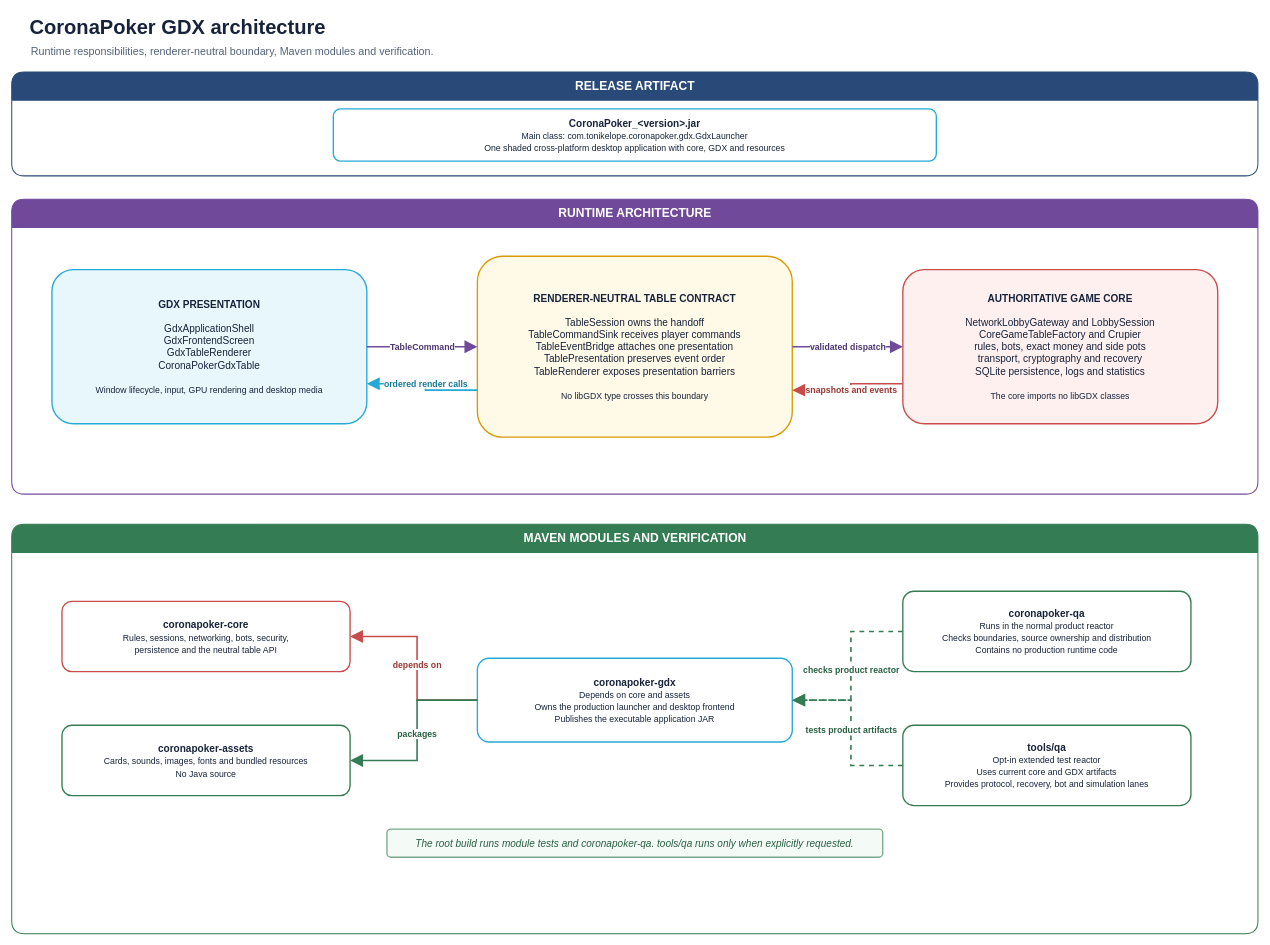
Before: docs/diagrams/coronapoker-module-map.drawio in tonikelope/coronapoker, a draw.io diagram. Source tidied: cells renumbered, new cells numbered last; positions are measured from the earlier drawing's top-left corner, leaving out a move shared by most shapes. Both pictures are drawn from the tidied source at 67%, with x=0, y=0 at pixel (11, 11).
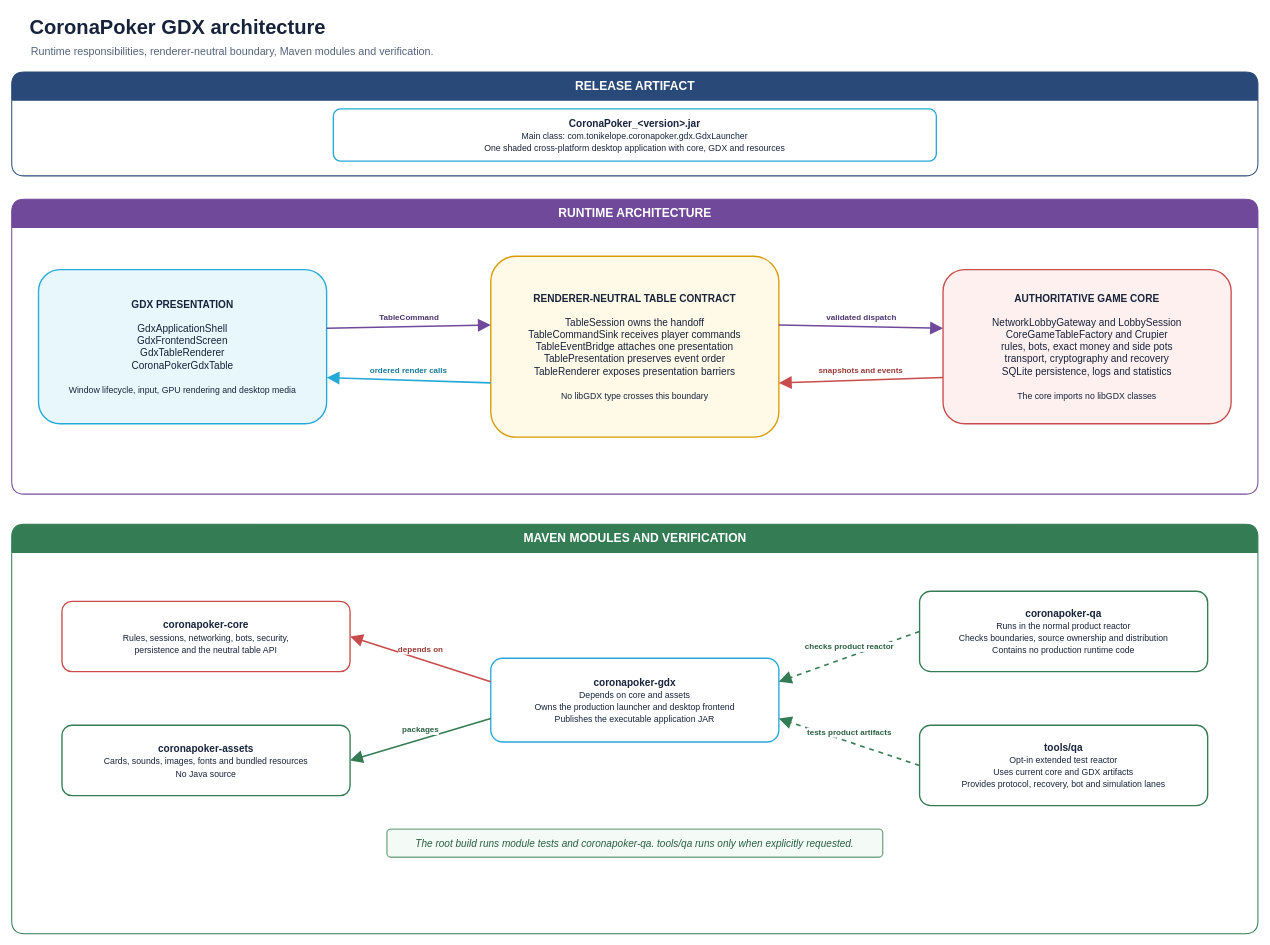
The same diagram, later.

Commit message (it also covers changes not shown here):
Fix architecture diagram layout

The change refers to these unchanged cells:
```xml
<mxCell id="15" value="&lt;b&gt;coronapoker-core&lt;/b&gt;&lt;br&gt;&lt;font size=&quot;2&quot;&gt;Rules, sessions, networking, bots, security,&lt;br&gt;persistence and the neutral table API&lt;/font&gt;" style="rounded=1;arcSize=14;whiteSpace=wrap;html=1;fillColor=#FFFFFF;strokeColor=#C94C4C;strokeWidth=2;fontColor=#17233B;fontSize=15;align=center;verticalAlign=middle;spacing=8;" parent="1" vertex="1">
  <mxGeometry x="75" y="880" width="430" height="105" as="geometry" />
</mxCell>
<mxCell id="16" value="&lt;b&gt;coronapoker-assets&lt;/b&gt;&lt;br&gt;&lt;font size=&quot;2&quot;&gt;Cards, sounds, images, fonts and bundled resources&lt;br&gt;No Java source&lt;/font&gt;" style="rounded=1;arcSize=14;whiteSpace=wrap;html=1;fillColor=#FFFFFF;strokeColor=#347C53;strokeWidth=2;fontColor=#17233B;fontSize=15;align=center;verticalAlign=middle;spacing=8;" parent="1" vertex="1">
  <mxGeometry x="75" y="1065" width="430" height="105" as="geometry" />
</mxCell>
```

Diff of the diagram source:
```diff
@@
     <mxCell id="7" value="&lt;b&gt;GDX PRESENTATION&lt;/b&gt;&lt;br&gt;&lt;br&gt;GdxApplicationShell&lt;br&gt;GdxFrontendScreen&lt;br&gt;GdxTableRenderer&lt;br&gt;CoronaPokerGdxTable&lt;br&gt;&lt;br&gt;&lt;font size=&quot;2&quot;&gt;Window lifecycle, input, GPU rendering and desktop media&lt;/font&gt;" style="rounded=1;arcSize=14;whiteSpace=wrap;html=1;fillColor=#E8F7FC;strokeColor=#25A9D6;strokeWidth=2;fontColor=#17233B;fontSize=15;align=center;verticalAlign=middle;spacing=8;" parent="1" vertex="1">
-      <mxGeometry x="60" y="385" width="470" height="230" as="geometry" />
+      <mxGeometry x="40" y="385" width="430" height="230" as="geometry" />
     </mxCell>
     <mxCell id="8" value="&lt;b&gt;RENDERER-NEUTRAL TABLE CONTRACT&lt;/b&gt;&lt;br&gt;&lt;br&gt;TableSession owns the handoff&lt;br&gt;TableCommandSink receives player commands&lt;br&gt;TableEventBridge attaches one presentation&lt;br&gt;TablePresentation preserves event order&lt;br&gt;TableRenderer exposes presentation barriers&lt;br&gt;&lt;br&gt;&lt;font size=&quot;2&quot;&gt;No libGDX type crosses this boundary&lt;/font&gt;" style="rounded=1;arcSize=14;whiteSpace=wrap;html=1;fillColor=#FFF9E7;strokeColor=#D79B00;strokeWidth=2;fontColor=#17233B;fontSize=15;align=center;verticalAlign=middle;spacing=8;" parent="1" vertex="1">
-      <mxGeometry x="695" y="365" width="470" height="270" as="geometry" />
+      <mxGeometry x="715" y="365" width="430" height="270" as="geometry" />
     </mxCell>
     <mxCell id="9" value="&lt;b&gt;AUTHORITATIVE GAME CORE&lt;/b&gt;&lt;br&gt;&lt;br&gt;NetworkLobbyGateway and LobbySession&lt;br&gt;CoreGameTableFactory and Crupier&lt;br&gt;rules, bots, exact money and side pots&lt;br&gt;transport, cryptography and recovery&lt;br&gt;SQLite persistence, logs and statistics&lt;br&gt;&lt;br&gt;&lt;font size=&quot;2&quot;&gt;The core imports no libGDX classes&lt;/font&gt;" style="rounded=1;arcSize=14;whiteSpace=wrap;html=1;fillColor=#FFF0F0;strokeColor=#C94C4C;strokeWidth=2;fontColor=#17233B;fontSize=15;align=center;verticalAlign=middle;spacing=8;" parent="1" vertex="1">
-      <mxGeometry x="1330" y="385" width="470" height="230" as="geometry" />
+      <mxGeometry x="1390" y="385" width="430" height="230" as="geometry" />
     </mxCell>
-    <mxCell id="10" value="TableCommand" style="edgeStyle=orthogonalEdgeStyle;rounded=0;jettySize=auto;html=1;endArrow=block;endFill=1;endSize=13;strokeColor=#70499B;strokeWidth=2.4;fontColor=#4E3670;fontSize=13;fontStyle=1;labelBackgroundColor=#FFFFFF;" parent="1" edge="1" source="7" target="8">
-      <mxGeometry relative="1" as="geometry" />
+    <mxCell id="10" value="TableCommand" style="edgeStyle=none;rounded=0;html=1;endArrow=block;endFill=1;endSize=13;strokeColor=#70499B;strokeWidth=2.4;fontColor=#4E3670;fontSize=12;fontStyle=1;labelBackgroundColor=#FFFFFF;exitX=1;exitY=0.38;entryX=0;entryY=0.38;" parent="1" edge="1" source="7" target="8">
+      <mxGeometry relative="1" as="geometry">
+        <mxPoint y="-14" as="offset" />
+      </mxGeometry>
     </mxCell>
-    <mxCell id="11" value="validated dispatch" style="edgeStyle=orthogonalEdgeStyle;rounded=0;jettySize=auto;html=1;endArrow=block;endFill=1;endSize=13;strokeColor=#70499B;strokeWidth=2.4;fontColor=#4E3670;fontSize=13;fontStyle=1;labelBackgroundColor=#FFFFFF;" parent="1" edge="1" source="8" target="9">
-      <mxGeometry relative="1" as="geometry" />
+    <mxCell id="11" value="validated dispatch" style="edgeStyle=none;rounded=0;html=1;endArrow=block;endFill=1;endSize=13;strokeColor=#70499B;strokeWidth=2.4;fontColor=#4E3670;fontSize=12;fontStyle=1;labelBackgroundColor=#FFFFFF;exitX=1;exitY=0.38;entryX=0;entryY=0.38;" parent="1" edge="1" source="8" target="9">
+      <mxGeometry relative="1" as="geometry">
+        <mxPoint y="-14" as="offset" />
+      </mxGeometry>
     </mxCell>
-    <mxCell id="12" value="snapshots and events" style="edgeStyle=orthogonalEdgeStyle;rounded=0;jettySize=auto;html=1;endArrow=block;endFill=1;endSize=13;strokeColor=#C94C4C;strokeWidth=2.4;fontColor=#983733;fontSize=13;fontStyle=1;labelBackgroundColor=#FFFFFF;exitX=0;exitY=0.74;entryX=1;entryY=0.74;" parent="1" edge="1" source="9" target="8">
-      <mxGeometry relative="1" as="geometry" />
+    <mxCell id="12" value="snapshots and events" style="edgeStyle=none;rounded=0;html=1;endArrow=block;endFill=1;endSize=13;strokeColor=#C94C4C;strokeWidth=2.4;fontColor=#983733;fontSize=12;fontStyle=1;labelBackgroundColor=#FFFFFF;exitX=0;exitY=0.70;entryX=1;entryY=0.70;" parent="1" edge="1" source="9" target="8">
+      <mxGeometry relative="1" as="geometry">
+        <mxPoint y="-14" as="offset" />
+      </mxGeometry>
     </mxCell>
-    <mxCell id="13" value="ordered render calls" style="edgeStyle=orthogonalEdgeStyle;rounded=0;jettySize=auto;html=1;endArrow=block;endFill=1;endSize=13;strokeColor=#25A9D6;strokeWidth=2.4;fontColor=#147A99;fontSize=13;fontStyle=1;labelBackgroundColor=#FFFFFF;exitX=0;exitY=0.74;entryX=1;entryY=0.74;" parent="1" edge="1" source="8" target="7">
-      <mxGeometry relative="1" as="geometry" />
+    <mxCell id="13" value="ordered render calls" style="edgeStyle=none;rounded=0;html=1;endArrow=block;endFill=1;endSize=13;strokeColor=#25A9D6;strokeWidth=2.4;fontColor=#147A99;fontSize=12;fontStyle=1;labelBackgroundColor=#FFFFFF;exitX=0;exitY=0.70;entryX=1;entryY=0.70;" parent="1" edge="1" source="8" target="7">
+      <mxGeometry relative="1" as="geometry">
+        <mxPoint y="-14" as="offset" />
+      </mxGeometry>
     </mxCell>
@@
     <mxCell id="17" value="&lt;b&gt;coronapoker-gdx&lt;/b&gt;&lt;br&gt;&lt;font size=&quot;2&quot;&gt;Depends on core and assets&lt;br&gt;Owns the production launcher and desktop frontend&lt;br&gt;Publishes the executable application JAR&lt;/font&gt;" style="rounded=1;arcSize=14;whiteSpace=wrap;html=1;fillColor=#FFFFFF;strokeColor=#25A9D6;strokeWidth=2;fontColor=#17233B;fontSize=15;align=center;verticalAlign=middle;spacing=8;" parent="1" vertex="1">
-      <mxGeometry x="695" y="965" width="470" height="125" as="geometry" />
+      <mxGeometry x="715" y="965" width="430" height="125" as="geometry" />
     </mxCell>
     <mxCell id="18" value="&lt;b&gt;coronapoker-qa&lt;/b&gt;&lt;br&gt;&lt;font size=&quot;2&quot;&gt;Runs in the normal product reactor&lt;br&gt;Checks boundaries, source ownership and distribution&lt;br&gt;Contains no production runtime code&lt;/font&gt;" style="rounded=1;arcSize=14;whiteSpace=wrap;html=1;fillColor=#FFFFFF;strokeColor=#347C53;strokeWidth=2;fontColor=#17233B;fontSize=15;align=center;verticalAlign=middle;spacing=8;" parent="1" vertex="1">
-      <mxGeometry x="1330" y="865" width="430" height="120" as="geometry" />
+      <mxGeometry x="1355" y="865" width="430" height="120" as="geometry" />
     </mxCell>
     <mxCell id="19" value="&lt;b&gt;tools/qa&lt;/b&gt;&lt;br&gt;&lt;font size=&quot;2&quot;&gt;Opt-in extended test reactor&lt;br&gt;Uses current core and GDX artifacts&lt;br&gt;Provides protocol, recovery, bot and simulation lanes&lt;/font&gt;" style="rounded=1;arcSize=14;whiteSpace=wrap;html=1;fillColor=#FFFFFF;strokeColor=#347C53;strokeWidth=2;fontColor=#17233B;fontSize=15;align=center;verticalAlign=middle;spacing=8;" parent="1" vertex="1">
-      <mxGeometry x="1330" y="1065" width="430" height="120" as="geometry" />
+      <mxGeometry x="1355" y="1065" width="430" height="120" as="geometry" />
     </mxCell>
-    <mxCell id="20" value="depends on" style="edgeStyle=orthogonalEdgeStyle;rounded=0;jettySize=auto;html=1;endArrow=block;endFill=1;endSize=13;strokeColor=#C94C4C;strokeWidth=2.4;fontColor=#983733;fontSize=13;fontStyle=1;labelBackgroundColor=#FFFFFF;" parent="1" edge="1" source="17" target="15">
-      <mxGeometry relative="1" as="geometry" />
+    <mxCell id="20" value="depends on" style="edgeStyle=none;rounded=0;html=1;endArrow=block;endFill=1;endSize=13;strokeColor=#C94C4C;strokeWidth=2.4;fontColor=#983733;fontSize=12;fontStyle=1;labelBackgroundColor=#FFFFFF;exitX=0;exitY=0.28;entryX=1;entryY=0.50;" parent="1" edge="1" source="17" target="15">
+      <mxGeometry relative="1" as="geometry">
+        <mxPoint y="-14" as="offset" />
+      </mxGeometry>
     </mxCell>
-    <mxCell id="21" value="packages" style="edgeStyle=orthogonalEdgeStyle;rounded=0;jettySize=auto;html=1;endArrow=block;endFill=1;endSize=13;strokeColor=#347C53;strokeWidth=2.4;fontColor=#285F40;fontSize=13;fontStyle=1;labelBackgroundColor=#FFFFFF;" parent="1" edge="1" source="17" target="16">
-      <mxGeometry relative="1" as="geometry" />
+    <mxCell id="21" value="packages" style="edgeStyle=none;rounded=0;html=1;endArrow=block;endFill=1;endSize=13;strokeColor=#347C53;strokeWidth=2.4;fontColor=#285F40;fontSize=12;fontStyle=1;labelBackgroundColor=#FFFFFF;exitX=0;exitY=0.72;entryX=1;entryY=0.50;" parent="1" edge="1" source="17" target="16">
+      <mxGeometry relative="1" as="geometry">
+        <mxPoint y="-14" as="offset" />
+      </mxGeometry>
     </mxCell>
-    <mxCell id="22" value="checks product reactor" style="edgeStyle=orthogonalEdgeStyle;rounded=0;jettySize=auto;html=1;endArrow=block;endFill=1;endSize=13;strokeColor=#347C53;strokeWidth=2.4;fontColor=#285F40;fontSize=13;fontStyle=1;labelBackgroundColor=#FFFFFF;dashed=1;" parent="1" edge="1" source="18" target="17">
-      <mxGeometry relative="1" as="geometry" />
+    <mxCell id="22" value="checks product reactor" style="edgeStyle=none;rounded=0;html=1;endArrow=block;endFill=1;endSize=13;strokeColor=#347C53;strokeWidth=2.4;fontColor=#285F40;fontSize=12;fontStyle=1;labelBackgroundColor=#FFFFFF;dashed=1;exitX=0;exitY=0.50;entryX=1;entryY=0.28;" parent="1" edge="1" source="18" target="17">
+      <mxGeometry relative="1" as="geometry">
+        <mxPoint y="-14" as="offset" />
+      </mxGeometry>
     </mxCell>
-    <mxCell id="23" value="tests product artifacts" style="edgeStyle=orthogonalEdgeStyle;rounded=0;jettySize=auto;html=1;endArrow=block;endFill=1;endSize=13;strokeColor=#347C53;strokeWidth=2.4;fontColor=#285F40;fontSize=13;fontStyle=1;labelBackgroundColor=#FFFFFF;dashed=1;" parent="1" edge="1" source="19" target="17">
-      <mxGeometry relative="1" as="geometry" />
+    <mxCell id="23" value="tests product artifacts" style="edgeStyle=none;rounded=0;html=1;endArrow=block;endFill=1;endSize=13;strokeColor=#347C53;strokeWidth=2.4;fontColor=#285F40;fontSize=12;fontStyle=1;labelBackgroundColor=#FFFFFF;dashed=1;exitX=0;exitY=0.50;entryX=1;entryY=0.72;" parent="1" edge="1" source="19" target="17">
+      <mxGeometry relative="1" as="geometry">
+        <mxPoint y="-14" as="offset" />
+      </mxGeometry>
     </mxCell>
```
